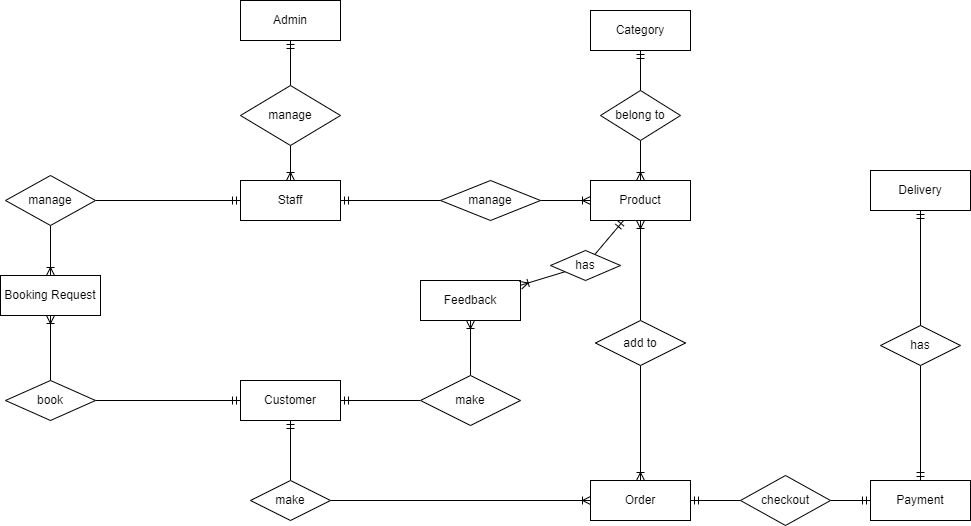
This is ERD_BirdCageShop.drawio.png from dangkhoadoiqwe/shopping_bird_cate, a draw.io export, as it was before one commit. Source tidied: cells renumbered, new cells last; positions are measured from the earlier drawing's top-left corner, leaving out a move shared by most shapes. The source it was exported from:
```xml
<mxGraphModel>
  <root>
    <mxCell id="0" />
    <mxCell id="1" parent="0" />
    <mxCell id="2" style="edgeStyle=orthogonalEdgeStyle;rounded=0;jettySize=auto;html=1;exitX=0.5;exitY=1;exitDx=0;exitDy=0;entryX=0.5;entryY=0;entryDx=0;entryDy=0;endArrow=ERoneToMany;endFill=0;" parent="1" edge="1" source="8" target="6">
      <mxGeometry relative="1" as="geometry" />
    </mxCell>
    <mxCell id="3" value="Admin" style="whiteSpace=wrap;html=1;align=center;" parent="1" vertex="1">
      <mxGeometry x="240" width="100" height="40" as="geometry" />
    </mxCell>
    <mxCell id="4" style="edgeStyle=orthogonalEdgeStyle;rounded=0;jettySize=auto;html=1;endArrow=ERoneToMany;endFill=0;" parent="1" edge="1" source="16" target="14">
      <mxGeometry relative="1" as="geometry" />
    </mxCell>
    <mxCell id="5" style="edgeStyle=orthogonalEdgeStyle;rounded=0;jettySize=auto;html=1;endArrow=ERoneToMany;endFill=0;" parent="1" edge="1" source="45" target="41">
      <mxGeometry relative="1" as="geometry" />
    </mxCell>
    <mxCell id="6" value="Staff" style="whiteSpace=wrap;html=1;align=center;" parent="1" vertex="1">
      <mxGeometry x="240" y="180" width="100" height="40" as="geometry" />
    </mxCell>
    <mxCell id="7" style="rounded=0;jettySize=auto;html=1;endArrow=none;endFill=0;startArrow=ERmandOne;startFill=0;" parent="1" edge="1" source="3" target="8">
      <mxGeometry relative="1" as="geometry" />
    </mxCell>
    <mxCell id="8" value="manage" style="shape=rhombus;perimeter=rhombusPerimeter;whiteSpace=wrap;html=1;align=center;" parent="1" vertex="1">
      <mxGeometry x="240" y="85" width="100" height="60" as="geometry" />
    </mxCell>
    <mxCell id="9" style="edgeStyle=orthogonalEdgeStyle;rounded=0;jettySize=auto;html=1;endArrow=ERoneToMany;endFill=0;" parent="1" edge="1" source="26" target="22">
      <mxGeometry relative="1" as="geometry" />
    </mxCell>
    <mxCell id="10" style="edgeStyle=orthogonalEdgeStyle;rounded=0;jettySize=auto;html=1;endArrow=ERoneToMany;endFill=0;" parent="1" edge="1" source="37" target="35">
      <mxGeometry relative="1" as="geometry" />
    </mxCell>
    <mxCell id="11" value="Customer" style="whiteSpace=wrap;html=1;align=center;" parent="1" vertex="1">
      <mxGeometry x="240" y="380" width="100" height="40" as="geometry" />
    </mxCell>
    <mxCell id="12" style="edgeStyle=orthogonalEdgeStyle;rounded=0;orthogonalLoop=1;jettySize=auto;html=1;exitX=0.5;exitY=1;exitDx=0;exitDy=0;" parent="1" edge="1" source="8" target="8">
      <mxGeometry relative="1" as="geometry" />
    </mxCell>
    <mxCell id="13" style="edgeStyle=orthogonalEdgeStyle;rounded=0;jettySize=auto;html=1;endArrow=ERoneToMany;endFill=0;" parent="1" edge="1" source="24" target="22">
      <mxGeometry relative="1" as="geometry" />
    </mxCell>
    <mxCell id="14" value="Product" style="whiteSpace=wrap;html=1;align=center;" parent="1" vertex="1">
      <mxGeometry x="590" y="180" width="100" height="40" as="geometry" />
    </mxCell>
    <mxCell id="15" style="edgeStyle=orthogonalEdgeStyle;rounded=0;jettySize=auto;html=1;startArrow=ERmandOne;startFill=0;endArrow=none;endFill=0;" parent="1" edge="1" source="6" target="16">
      <mxGeometry relative="1" as="geometry" />
    </mxCell>
    <mxCell id="16" value="manage" style="shape=rhombus;perimeter=rhombusPerimeter;whiteSpace=wrap;html=1;align=center;" parent="1" vertex="1">
      <mxGeometry x="440" y="180" width="100" height="40" as="geometry" />
    </mxCell>
    <mxCell id="17" style="edgeStyle=orthogonalEdgeStyle;rounded=0;jettySize=auto;html=1;endArrow=ERoneToMany;endFill=0;" parent="1" edge="1" source="20" target="14">
      <mxGeometry relative="1" as="geometry" />
    </mxCell>
    <mxCell id="18" value="Category" style="whiteSpace=wrap;html=1;align=center;" parent="1" vertex="1">
      <mxGeometry x="590" y="10" width="100" height="40" as="geometry" />
    </mxCell>
    <mxCell id="19" style="edgeStyle=orthogonalEdgeStyle;rounded=0;jettySize=auto;html=1;startArrow=ERmandOne;startFill=0;endArrow=none;endFill=0;" parent="1" edge="1" source="18" target="20">
      <mxGeometry relative="1" as="geometry" />
    </mxCell>
    <mxCell id="20" value="belong to" style="shape=rhombus;perimeter=rhombusPerimeter;whiteSpace=wrap;html=1;align=center;" parent="1" vertex="1">
      <mxGeometry x="600" y="90" width="80" height="50" as="geometry" />
    </mxCell>
    <mxCell id="21" style="edgeStyle=orthogonalEdgeStyle;rounded=0;jettySize=auto;html=1;exitX=1;exitY=0.5;exitDx=0;exitDy=0;endArrow=ERmandOne;endFill=0;" parent="1" edge="1" source="29" target="27">
      <mxGeometry relative="1" as="geometry" />
    </mxCell>
    <mxCell id="22" value="Order" style="whiteSpace=wrap;html=1;align=center;" parent="1" vertex="1">
      <mxGeometry x="590" y="480" width="100" height="40" as="geometry" />
    </mxCell>
    <mxCell id="23" style="edgeStyle=orthogonalEdgeStyle;rounded=0;jettySize=auto;html=1;endArrow=none;endFill=0;startArrow=ERoneToMany;startFill=0;" parent="1" edge="1" source="14" target="24">
      <mxGeometry relative="1" as="geometry" />
    </mxCell>
    <mxCell id="24" value="add to" style="shape=rhombus;perimeter=rhombusPerimeter;whiteSpace=wrap;html=1;align=center;" parent="1" vertex="1">
      <mxGeometry x="595" y="320" width="90" height="45" as="geometry" />
    </mxCell>
    <mxCell id="25" style="edgeStyle=orthogonalEdgeStyle;rounded=0;jettySize=auto;html=1;startArrow=ERmandOne;startFill=0;endArrow=none;endFill=0;" parent="1" edge="1" source="11" target="26">
      <mxGeometry relative="1" as="geometry" />
    </mxCell>
    <mxCell id="26" value="make" style="shape=rhombus;perimeter=rhombusPerimeter;whiteSpace=wrap;html=1;align=center;" parent="1" vertex="1">
      <mxGeometry x="250" y="480" width="80" height="40" as="geometry" />
    </mxCell>
    <mxCell id="27" value="Payment" style="whiteSpace=wrap;html=1;align=center;" parent="1" vertex="1">
      <mxGeometry x="870" y="480" width="100" height="40" as="geometry" />
    </mxCell>
    <mxCell id="28" style="edgeStyle=orthogonalEdgeStyle;rounded=0;jettySize=auto;html=1;exitX=1;exitY=0.5;exitDx=0;exitDy=0;endArrow=none;endFill=0;startArrow=ERmandOne;startFill=0;" parent="1" edge="1" source="22" target="29">
      <mxGeometry relative="1" as="geometry" />
    </mxCell>
    <mxCell id="29" value="checkout" style="shape=rhombus;perimeter=rhombusPerimeter;whiteSpace=wrap;html=1;align=center;" parent="1" vertex="1">
      <mxGeometry x="740" y="475" width="90" height="50" as="geometry" />
    </mxCell>
    <mxCell id="30" style="edgeStyle=orthogonalEdgeStyle;rounded=0;jettySize=auto;html=1;endArrow=ERmandOne;endFill=0;" parent="1" edge="1" source="31" target="27">
      <mxGeometry relative="1" as="geometry" />
    </mxCell>
    <mxCell id="31" value="has" style="shape=rhombus;perimeter=rhombusPerimeter;whiteSpace=wrap;html=1;align=center;" parent="1" vertex="1">
      <mxGeometry x="880" y="325" width="80" height="40" as="geometry" />
    </mxCell>
    <mxCell id="32" style="edgeStyle=orthogonalEdgeStyle;rounded=0;jettySize=auto;html=1;endArrow=none;endFill=0;startArrow=ERmandOne;startFill=0;" parent="1" edge="1" source="33" target="31">
      <mxGeometry relative="1" as="geometry" />
    </mxCell>
    <mxCell id="33" value="Delivery" style="whiteSpace=wrap;html=1;align=center;" parent="1" vertex="1">
      <mxGeometry x="870" y="170" width="100" height="40" as="geometry" />
    </mxCell>
    <mxCell id="34" style="rounded=0;jettySize=auto;html=1;endArrow=ERmandOne;endFill=0;" parent="1" edge="1" source="39" target="14">
      <mxGeometry relative="1" as="geometry" />
    </mxCell>
    <mxCell id="35" value="Feedback" style="whiteSpace=wrap;html=1;align=center;" parent="1" vertex="1">
      <mxGeometry x="420" y="280" width="100" height="40" as="geometry" />
    </mxCell>
    <mxCell id="36" style="edgeStyle=orthogonalEdgeStyle;rounded=0;jettySize=auto;html=1;endArrow=none;endFill=0;startArrow=ERmandOne;startFill=0;" parent="1" edge="1" source="11" target="37">
      <mxGeometry relative="1" as="geometry" />
    </mxCell>
    <mxCell id="37" value="make" style="shape=rhombus;perimeter=rhombusPerimeter;whiteSpace=wrap;html=1;align=center;" parent="1" vertex="1">
      <mxGeometry x="420" y="375" width="100" height="50" as="geometry" />
    </mxCell>
    <mxCell id="38" style="rounded=0;jettySize=auto;html=1;endArrow=none;endFill=0;startArrow=ERoneToMany;startFill=0;" parent="1" edge="1" source="35" target="39">
      <mxGeometry relative="1" as="geometry" />
    </mxCell>
    <mxCell id="39" value="has" style="shape=rhombus;perimeter=rhombusPerimeter;whiteSpace=wrap;html=1;align=center;" parent="1" vertex="1">
      <mxGeometry x="550" y="250" width="70" height="30" as="geometry" />
    </mxCell>
    <mxCell id="40" style="rounded=0;jettySize=auto;html=1;endArrow=ERmandOne;endFill=0;" parent="1" edge="1" source="43" target="11">
      <mxGeometry relative="1" as="geometry" />
    </mxCell>
    <mxCell id="41" value="Booking Request" style="whiteSpace=wrap;html=1;align=center;" parent="1" vertex="1">
      <mxGeometry y="275" width="100" height="40" as="geometry" />
    </mxCell>
    <mxCell id="42" style="rounded=0;jettySize=auto;html=1;endArrow=none;endFill=0;startArrow=ERoneToMany;startFill=0;" parent="1" edge="1" source="41" target="43">
      <mxGeometry relative="1" as="geometry" />
    </mxCell>
    <mxCell id="43" value="book" style="shape=rhombus;perimeter=rhombusPerimeter;whiteSpace=wrap;html=1;align=center;" parent="1" vertex="1">
      <mxGeometry x="5" y="380" width="90" height="40" as="geometry" />
    </mxCell>
    <mxCell id="44" style="edgeStyle=orthogonalEdgeStyle;rounded=0;jettySize=auto;html=1;exitX=0;exitY=0.5;exitDx=0;exitDy=0;endArrow=none;endFill=0;startArrow=ERmandOne;startFill=0;" parent="1" edge="1" source="6" target="45">
      <mxGeometry relative="1" as="geometry" />
    </mxCell>
    <mxCell id="45" value="manage" style="shape=rhombus;perimeter=rhombusPerimeter;whiteSpace=wrap;html=1;align=center;" parent="1" vertex="1">
      <mxGeometry x="5" y="175" width="90" height="50" as="geometry" />
    </mxCell>
  </root>
</mxGraphModel>
```
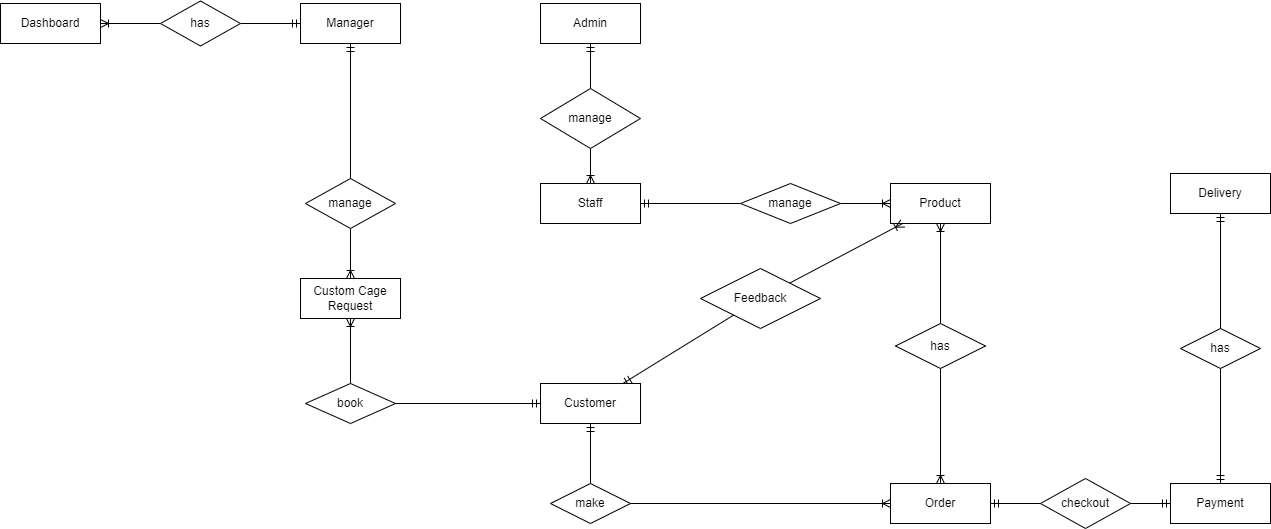
The same diagram one commit later.

Change to the diagram source:
```diff
@@ -26,9 +26,9 @@
     <mxCell id="9" style="edgeStyle=orthogonalEdgeStyle;rounded=0;jettySize=auto;html=1;endArrow=ERoneToMany;endFill=0;" parent="1" edge="1" source="26" target="22">
       <mxGeometry relative="1" as="geometry" />
     </mxCell>
-    <mxCell id="10" style="edgeStyle=orthogonalEdgeStyle;rounded=0;jettySize=auto;html=1;endArrow=ERoneToMany;endFill=0;" parent="1" edge="1" source="37" target="35">
-      <mxGeometry relative="1" as="geometry" />
-    </mxCell>
+    <mxCell id="46" style="rounded=0;jettySize=auto;html=1;endArrow=none;endFill=0;startArrow=ERmandOne;startFill=0;" parent="1" edge="1" source="11" target="35">
+      <mxGeometry relative="1" as="geometry" />
+    </mxCell>
     <mxCell id="11" value="Customer" style="whiteSpace=wrap;html=1;align=center;" parent="1" vertex="1">
       <mxGeometry x="240" y="380" width="100" height="40" as="geometry" />
     </mxCell>
@@ -47,18 +47,6 @@
     <mxCell id="16" value="manage" style="shape=rhombus;perimeter=rhombusPerimeter;whiteSpace=wrap;html=1;align=center;" parent="1" vertex="1">
       <mxGeometry x="440" y="180" width="100" height="40" as="geometry" />
     </mxCell>
-    <mxCell id="17" style="edgeStyle=orthogonalEdgeStyle;rounded=0;jettySize=auto;html=1;endArrow=ERoneToMany;endFill=0;" parent="1" edge="1" source="20" target="14">
-      <mxGeometry relative="1" as="geometry" />
-    </mxCell>
-    <mxCell id="18" value="Category" style="whiteSpace=wrap;html=1;align=center;" parent="1" vertex="1">
-      <mxGeometry x="590" y="10" width="100" height="40" as="geometry" />
-    </mxCell>
-    <mxCell id="19" style="edgeStyle=orthogonalEdgeStyle;rounded=0;jettySize=auto;html=1;startArrow=ERmandOne;startFill=0;endArrow=none;endFill=0;" parent="1" edge="1" source="18" target="20">
-      <mxGeometry relative="1" as="geometry" />
-    </mxCell>
-    <mxCell id="20" value="belong to" style="shape=rhombus;perimeter=rhombusPerimeter;whiteSpace=wrap;html=1;align=center;" parent="1" vertex="1">
-      <mxGeometry x="600" y="90" width="80" height="50" as="geometry" />
-    </mxCell>
     <mxCell id="21" style="edgeStyle=orthogonalEdgeStyle;rounded=0;jettySize=auto;html=1;exitX=1;exitY=0.5;exitDx=0;exitDy=0;endArrow=ERmandOne;endFill=0;" parent="1" edge="1" source="29" target="27">
       <mxGeometry relative="1" as="geometry" />
     </mxCell>
@@ -68,7 +56,7 @@
     <mxCell id="23" style="edgeStyle=orthogonalEdgeStyle;rounded=0;jettySize=auto;html=1;endArrow=none;endFill=0;startArrow=ERoneToMany;startFill=0;" parent="1" edge="1" source="14" target="24">
       <mxGeometry relative="1" as="geometry" />
     </mxCell>
-    <mxCell id="24" value="add to" style="shape=rhombus;perimeter=rhombusPerimeter;whiteSpace=wrap;html=1;align=center;" parent="1" vertex="1">
+    <mxCell id="24" value="has" style="shape=rhombus;perimeter=rhombusPerimeter;whiteSpace=wrap;html=1;align=center;" parent="1" vertex="1">
       <mxGeometry x="595" y="320" width="90" height="45" as="geometry" />
     </mxCell>
     <mxCell id="25" style="edgeStyle=orthogonalEdgeStyle;rounded=0;jettySize=auto;html=1;startArrow=ERmandOne;startFill=0;endArrow=none;endFill=0;" parent="1" edge="1" source="11" target="26">
@@ -98,28 +86,10 @@
     <mxCell id="33" value="Delivery" style="whiteSpace=wrap;html=1;align=center;" parent="1" vertex="1">
       <mxGeometry x="870" y="170" width="100" height="40" as="geometry" />
     </mxCell>
-    <mxCell id="34" style="rounded=0;jettySize=auto;html=1;endArrow=ERmandOne;endFill=0;" parent="1" edge="1" source="39" target="14">
-      <mxGeometry relative="1" as="geometry" />
-    </mxCell>
-    <mxCell id="35" value="Feedback" style="whiteSpace=wrap;html=1;align=center;" parent="1" vertex="1">
-      <mxGeometry x="420" y="280" width="100" height="40" as="geometry" />
-    </mxCell>
-    <mxCell id="36" style="edgeStyle=orthogonalEdgeStyle;rounded=0;jettySize=auto;html=1;endArrow=none;endFill=0;startArrow=ERmandOne;startFill=0;" parent="1" edge="1" source="11" target="37">
-      <mxGeometry relative="1" as="geometry" />
-    </mxCell>
-    <mxCell id="37" value="make" style="shape=rhombus;perimeter=rhombusPerimeter;whiteSpace=wrap;html=1;align=center;" parent="1" vertex="1">
-      <mxGeometry x="420" y="375" width="100" height="50" as="geometry" />
-    </mxCell>
-    <mxCell id="38" style="rounded=0;jettySize=auto;html=1;endArrow=none;endFill=0;startArrow=ERoneToMany;startFill=0;" parent="1" edge="1" source="35" target="39">
-      <mxGeometry relative="1" as="geometry" />
-    </mxCell>
-    <mxCell id="39" value="has" style="shape=rhombus;perimeter=rhombusPerimeter;whiteSpace=wrap;html=1;align=center;" parent="1" vertex="1">
-      <mxGeometry x="550" y="250" width="70" height="30" as="geometry" />
-    </mxCell>
     <mxCell id="40" style="rounded=0;jettySize=auto;html=1;endArrow=ERmandOne;endFill=0;" parent="1" edge="1" source="43" target="11">
       <mxGeometry relative="1" as="geometry" />
     </mxCell>
-    <mxCell id="41" value="Booking Request" style="whiteSpace=wrap;html=1;align=center;" parent="1" vertex="1">
+    <mxCell id="41" value="Custom Cage Request" style="whiteSpace=wrap;html=1;align=center;" parent="1" vertex="1">
       <mxGeometry y="275" width="100" height="40" as="geometry" />
     </mxCell>
     <mxCell id="42" style="rounded=0;jettySize=auto;html=1;endArrow=none;endFill=0;startArrow=ERoneToMany;startFill=0;" parent="1" edge="1" source="41" target="43">
@@ -128,11 +98,32 @@
     <mxCell id="43" value="book" style="shape=rhombus;perimeter=rhombusPerimeter;whiteSpace=wrap;html=1;align=center;" parent="1" vertex="1">
       <mxGeometry x="5" y="380" width="90" height="40" as="geometry" />
     </mxCell>
-    <mxCell id="44" style="edgeStyle=orthogonalEdgeStyle;rounded=0;jettySize=auto;html=1;exitX=0;exitY=0.5;exitDx=0;exitDy=0;endArrow=none;endFill=0;startArrow=ERmandOne;startFill=0;" parent="1" edge="1" source="6" target="45">
-      <mxGeometry relative="1" as="geometry" />
-    </mxCell>
     <mxCell id="45" value="manage" style="shape=rhombus;perimeter=rhombusPerimeter;whiteSpace=wrap;html=1;align=center;" parent="1" vertex="1">
       <mxGeometry x="5" y="175" width="90" height="50" as="geometry" />
     </mxCell>
+    <mxCell id="47" style="edgeStyle=orthogonalEdgeStyle;rounded=0;jettySize=auto;html=1;endArrow=none;endFill=0;startArrow=ERmandOne;startFill=0;" parent="1" edge="1" source="48" target="45">
+      <mxGeometry relative="1" as="geometry" />
+    </mxCell>
+    <mxCell id="48" value="Manager" style="whiteSpace=wrap;html=1;align=center;" parent="1" vertex="1">
+      <mxGeometry width="100" height="40" as="geometry" />
+    </mxCell>
+    <mxCell id="49" style="edgeStyle=orthogonalEdgeStyle;rounded=0;jettySize=auto;html=1;exitX=1;exitY=0.5;exitDx=0;exitDy=0;endArrow=none;endFill=0;startArrow=ERoneToMany;startFill=0;" parent="1" edge="1" source="50" target="39">
+      <mxGeometry relative="1" as="geometry" />
+    </mxCell>
+    <mxCell id="50" value="Dashboard" style="whiteSpace=wrap;html=1;align=center;" parent="1" vertex="1">
+      <mxGeometry x="-300" width="100" height="40" as="geometry" />
+    </mxCell>
+    <mxCell id="51" style="edgeStyle=orthogonalEdgeStyle;rounded=0;jettySize=auto;html=1;exitX=1;exitY=0.5;exitDx=0;exitDy=0;endArrow=ERmandOne;endFill=0;" parent="1" edge="1" source="39" target="48">
+      <mxGeometry relative="1" as="geometry" />
+    </mxCell>
+    <mxCell id="39" value="has" style="shape=rhombus;perimeter=rhombusPerimeter;whiteSpace=wrap;html=1;align=center;" parent="1" vertex="1">
+      <mxGeometry x="-140" y="-2.5" width="80" height="45" as="geometry" />
+    </mxCell>
+    <mxCell id="52" style="rounded=0;jettySize=auto;html=1;endArrow=ERoneToMany;endFill=0;" parent="1" edge="1" source="35" target="14">
+      <mxGeometry relative="1" as="geometry" />
+    </mxCell>
+    <mxCell id="35" value="Feedback" style="shape=rhombus;perimeter=rhombusPerimeter;whiteSpace=wrap;html=1;align=center;" parent="1" vertex="1">
+      <mxGeometry x="400" y="265" width="120" height="60" as="geometry" />
+    </mxCell>
   </root>
 </mxGraphModel>
```
